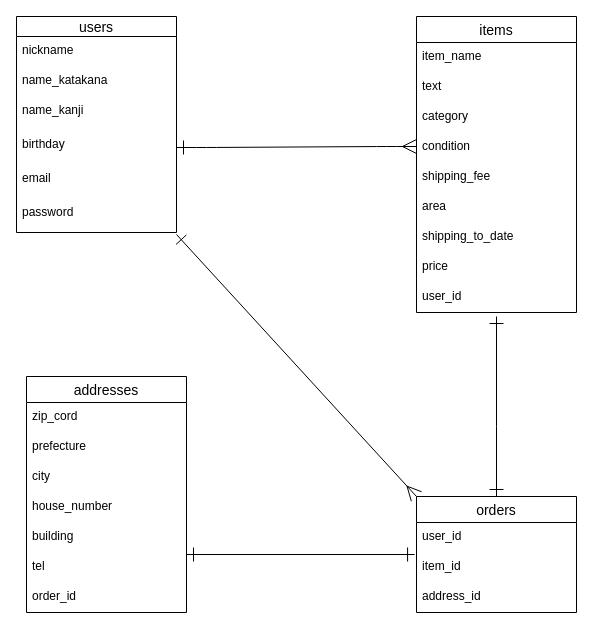
Earlier version of the draw.io diagram er.dio (toritori3165/furima-40258). Source tidied: cells renumbered, new cells numbered last; positions are measured from the earlier drawing's top-left corner, leaving out a move shared by most shapes. Both pictures are drawn from the tidied source at 100%, with x=0, y=0 at pixel (16, 16).
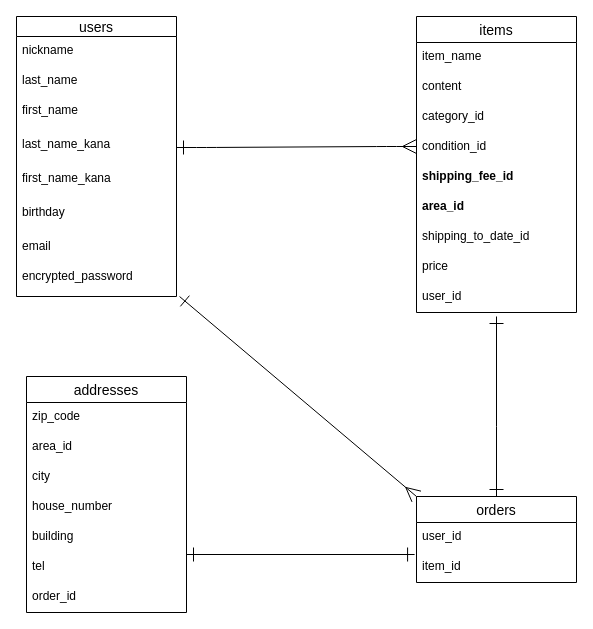
The same page after the edit.

Commit message (it also covers changes not shown here):
ER図、README修正

Unchanged cells that the change refers to:
```xml
<mxCell id="9" value="items" style="swimlane;fontStyle=0;horizontal=1;startSize=26;align=center;fontSize=14;strokeColor=default;" parent="1" vertex="1">
  <mxGeometry x="400" width="160" height="296" as="geometry" />
</mxCell>
<mxCell id="19" value="addresses" style="swimlane;fontStyle=0;horizontal=1;startSize=26;align=center;fontSize=14;strokeColor=default;" parent="1" vertex="1">
  <mxGeometry x="10" y="360" width="160" height="236" as="geometry" />
</mxCell>
```

The edit, as a diff of the source:
```diff
@@
     <mxCell id="2" value="users" style="swimlane;fontStyle=0;horizontal=1;startSize=20;align=center;fontSize=14;direction=east;" parent="1" vertex="1">
-      <mxGeometry width="160" height="216" as="geometry" />
+      <mxGeometry width="160" height="280" as="geometry" />
     </mxCell>
@@
-    <mxCell id="4" value="name_katakana" style="text;strokeColor=none;fillColor=none;spacingLeft=4;spacingRight=4;overflow=hidden;fontSize=12;" parent="2" vertex="1">
+    <mxCell id="4" value="last_name" style="text;strokeColor=none;fillColor=none;spacingLeft=4;spacingRight=4;overflow=hidden;fontSize=12;" parent="2" vertex="1">
       <mxGeometry y="50" width="160" height="30" as="geometry" />
     </mxCell>
-    <mxCell id="5" value="name_kanji" style="text;strokeColor=none;fillColor=none;spacingLeft=4;spacingRight=4;overflow=hidden;fontSize=12;" parent="2" vertex="1">
+    <mxCell id="5" value="first_name" style="text;strokeColor=none;fillColor=none;spacingLeft=4;spacingRight=4;overflow=hidden;fontSize=12;" parent="2" vertex="1">
       <mxGeometry y="80" width="160" height="34" as="geometry" />
     </mxCell>
-    <mxCell id="6" value="birthday" style="text;strokeColor=none;fillColor=none;spacingLeft=4;spacingRight=4;overflow=hidden;points=[[0,0.5],[1,0.5]];portConstraint=eastwest;fontSize=12;" parent="2" vertex="1">
+    <mxCell id="6" value="last_name_kana" style="text;strokeColor=none;fillColor=none;spacingLeft=4;spacingRight=4;overflow=hidden;points=[[0,0.5],[1,0.5]];portConstraint=eastwest;fontSize=12;" parent="2" vertex="1">
       <mxGeometry y="114" width="160" height="34" as="geometry" />
     </mxCell>
-    <mxCell id="7" value="email" style="text;strokeColor=none;fillColor=none;spacingLeft=4;spacingRight=4;overflow=hidden;fontSize=12;" parent="2" vertex="1">
+    <mxCell id="7" value="first_name_kana" style="text;strokeColor=none;fillColor=none;spacingLeft=4;spacingRight=4;overflow=hidden;fontSize=12;" parent="2" vertex="1">
       <mxGeometry y="148" width="160" height="34" as="geometry" />
     </mxCell>
-    <mxCell id="8" value="password" style="text;strokeColor=none;fillColor=none;spacingLeft=4;spacingRight=4;overflow=hidden;points=[[0,0.5],[1,0.5]];portConstraint=eastwest;fontSize=12;" parent="2" vertex="1">
+    <mxCell id="8" value="birthday" style="text;strokeColor=none;fillColor=none;spacingLeft=4;spacingRight=4;overflow=hidden;points=[[0,0.5],[1,0.5]];portConstraint=eastwest;fontSize=12;" parent="2" vertex="1">
       <mxGeometry y="182" width="160" height="34" as="geometry" />
     </mxCell>
+    <mxCell id="35" value="email" style="text;strokeColor=none;fillColor=none;spacingLeft=4;spacingRight=4;overflow=hidden;fontSize=12;" parent="2" vertex="1">
+      <mxGeometry y="216" width="160" height="30" as="geometry" />
+    </mxCell>
+    <mxCell id="36" value="encrypted_password" style="text;strokeColor=none;fillColor=none;spacingLeft=4;spacingRight=4;overflow=hidden;points=[[0,0.5],[1,0.5]];portConstraint=eastwest;fontSize=12;" parent="2" vertex="1">
+      <mxGeometry y="246" width="160" height="34" as="geometry" />
+    </mxCell>
@@
-    <mxCell id="11" value="text" style="text;strokeColor=none;fillColor=none;spacingLeft=4;spacingRight=4;overflow=hidden;fontSize=12;" parent="9" vertex="1">
+    <mxCell id="11" value="content" style="text;strokeColor=none;fillColor=none;spacingLeft=4;spacingRight=4;overflow=hidden;fontSize=12;" parent="9" vertex="1">
       <mxGeometry y="56" width="160" height="30" as="geometry" />
     </mxCell>
-    <mxCell id="12" value="category" style="text;strokeColor=none;fillColor=none;spacingLeft=4;spacingRight=4;overflow=hidden;fontSize=12;" parent="9" vertex="1">
+    <mxCell id="12" value="category_id" style="text;strokeColor=none;fillColor=none;spacingLeft=4;spacingRight=4;overflow=hidden;fontSize=12;" parent="9" vertex="1">
       <mxGeometry y="86" width="160" height="30" as="geometry" />
     </mxCell>
-    <mxCell id="13" value="condition" style="text;strokeColor=none;fillColor=none;spacingLeft=4;spacingRight=4;overflow=hidden;fontSize=12;" parent="9" vertex="1">
+    <mxCell id="13" value="condition_id" style="text;strokeColor=none;fillColor=none;spacingLeft=4;spacingRight=4;overflow=hidden;fontSize=12;" parent="9" vertex="1">
       <mxGeometry y="116" width="160" height="30" as="geometry" />
     </mxCell>
-    <mxCell id="14" value="shipping_fee" style="text;strokeColor=none;fillColor=none;spacingLeft=4;spacingRight=4;overflow=hidden;fontSize=12;" parent="9" vertex="1">
+    <mxCell id="14" value="shipping_fee_id" style="text;strokeColor=none;fillColor=none;spacingLeft=4;spacingRight=4;overflow=hidden;fontSize=12;fontStyle=1;" parent="9" vertex="1">
       <mxGeometry y="146" width="160" height="30" as="geometry" />
     </mxCell>
-    <mxCell id="15" value="area" style="text;strokeColor=none;fillColor=none;spacingLeft=4;spacingRight=4;overflow=hidden;fontSize=12;" parent="9" vertex="1">
+    <mxCell id="15" value="area_id" style="text;strokeColor=none;fillColor=none;spacingLeft=4;spacingRight=4;overflow=hidden;fontSize=12;fontStyle=1;" parent="9" vertex="1">
       <mxGeometry y="176" width="160" height="30" as="geometry" />
     </mxCell>
-    <mxCell id="16" value="shipping_to_date" style="text;strokeColor=none;fillColor=none;spacingLeft=4;spacingRight=4;overflow=hidden;fontSize=12;" parent="9" vertex="1">
+    <mxCell id="16" value="shipping_to_date_id" style="text;strokeColor=none;fillColor=none;spacingLeft=4;spacingRight=4;overflow=hidden;fontSize=12;" parent="9" vertex="1">
       <mxGeometry y="206" width="160" height="30" as="geometry" />
     </mxCell>
@@
-    <mxCell id="20" value="zip_cord" style="text;strokeColor=none;fillColor=none;spacingLeft=4;spacingRight=4;overflow=hidden;fontSize=12;" parent="19" vertex="1">
+    <mxCell id="20" value="zip_code" style="text;strokeColor=none;fillColor=none;spacingLeft=4;spacingRight=4;overflow=hidden;fontSize=12;" parent="19" vertex="1">
       <mxGeometry y="26" width="160" height="30" as="geometry" />
     </mxCell>
-    <mxCell id="21" value="prefecture" style="text;strokeColor=none;fillColor=none;spacingLeft=4;spacingRight=4;overflow=hidden;fontSize=12;" parent="19" vertex="1">
+    <mxCell id="21" value="area_id" style="text;strokeColor=none;fillColor=none;spacingLeft=4;spacingRight=4;overflow=hidden;fontSize=12;" parent="19" vertex="1">
       <mxGeometry y="56" width="160" height="30" as="geometry" />
     </mxCell>
@@
     <mxCell id="27" value="orders" style="swimlane;fontStyle=0;horizontal=1;startSize=26;align=center;fontSize=14;strokeColor=default;" parent="1" vertex="1">
-      <mxGeometry x="400" y="480" width="160" height="116" as="geometry" />
+      <mxGeometry x="400" y="480" width="160" height="86" as="geometry" />
     </mxCell>
@@
-    <mxCell id="30" value="address_id" style="text;strokeColor=none;fillColor=none;spacingLeft=4;spacingRight=4;overflow=hidden;fontSize=12;" parent="27" vertex="1">
-      <mxGeometry y="86" width="160" height="30" as="geometry" />
-    </mxCell>
@@
-    <mxCell id="34" style="endArrow=ERmany;html=1;rounded=0;strokeWidth=1;startSize=12;endSize=12;entryX=0;entryY=0;entryDx=0;entryDy=0;exitX=1;exitY=1.059;exitDx=0;exitDy=0;exitPerimeter=0;endFill=0;startArrow=ERone;startFill=0;" parent="1" edge="1" source="8" target="27">
+    <mxCell id="34" style="endArrow=ERmany;html=1;rounded=0;strokeWidth=1;startSize=12;endSize=12;entryX=0;entryY=0;entryDx=0;entryDy=0;exitX=1.019;exitY=1;exitDx=0;exitDy=0;exitPerimeter=0;endFill=0;startArrow=ERone;startFill=0;" parent="1" edge="1" source="36" target="27">
       <mxGeometry relative="1" as="geometry" />
     </mxCell>
```
